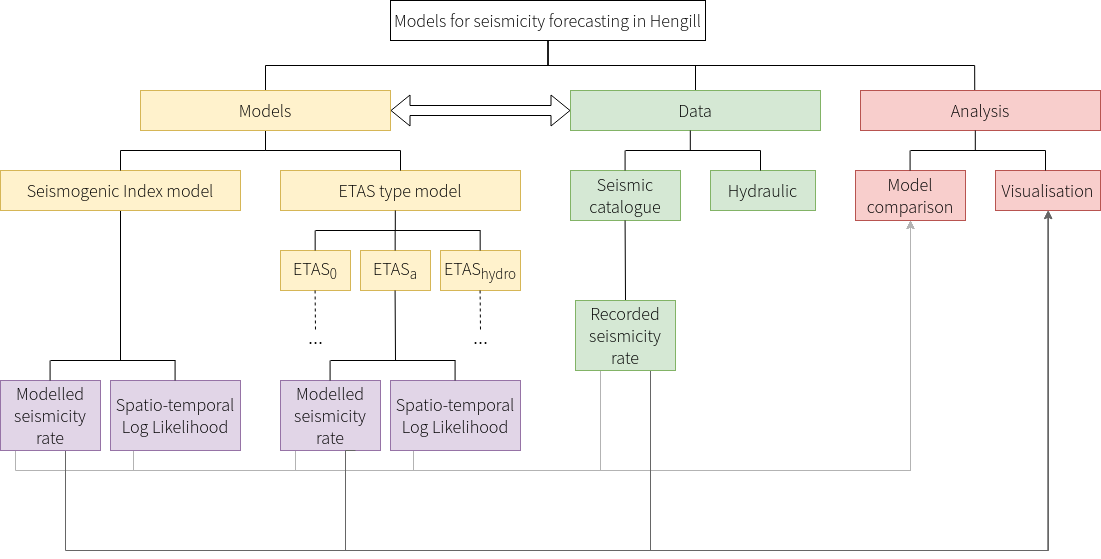
Before: StructureHengillModels.png, a diagram exported from draw.io (RitzVanille/HengillSeismicityForecastingModels). Source tidied: cells renumbered, new cells last; positions are measured from the earlier drawing's top-left corner, leaving out a move shared by most shapes.
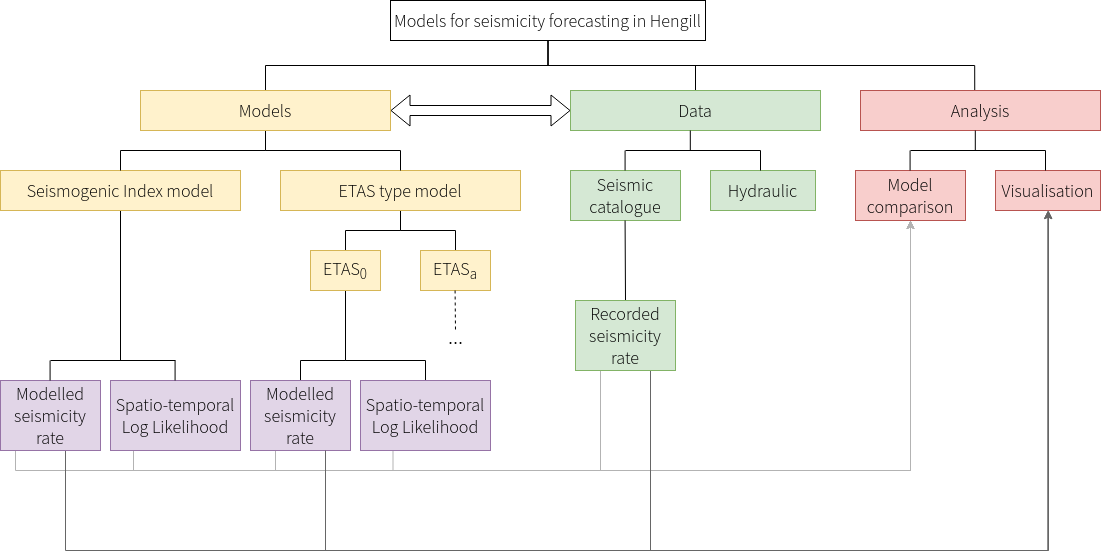
The same diagram one commit later.

Commit message:
Visualisation and Comparison scripts now include ETAS result formatting + documentation ETAS0 and advanced

Change to the diagram source:
```diff
@@ -22,6 +22,12 @@
     <mxCell id="7" value="Seismogenic Index model" style="rounded=0;whiteSpace=wrap;html=1;fillColor=#fff2cc;strokeColor=#d6b656;fontFamily=Source Sans Pro Light;fontSource=https%3A%2F%2Ffonts.googleapis.com%2Fcss%3Ffamily%3DSource%2BSans%2BPro%2BLight;fontSize=18;" parent="1" vertex="1">
       <mxGeometry y="170" width="240" height="40" as="geometry" />
     </mxCell>
+    <mxCell id="60" style="edgeStyle=orthogonalEdgeStyle;rounded=0;jettySize=auto;html=1;exitX=0.5;exitY=1;exitDx=0;exitDy=0;entryX=0.5;entryY=0;entryDx=0;entryDy=0;endArrow=none;endFill=0;" parent="1" edge="1" source="8" target="11">
+      <mxGeometry relative="1" as="geometry" />
+    </mxCell>
+    <mxCell id="61" style="edgeStyle=orthogonalEdgeStyle;rounded=0;jettySize=auto;html=1;exitX=0.5;exitY=1;exitDx=0;exitDy=0;entryX=0.5;entryY=0;entryDx=0;entryDy=0;endArrow=none;endFill=0;" parent="1" edge="1" source="8" target="12">
+      <mxGeometry relative="1" as="geometry" />
+    </mxCell>
     <mxCell id="8" value="&lt;font style=&quot;font-size: 18px;&quot;&gt;ETAS type model&lt;br style=&quot;font-size: 18px;&quot;&gt;&lt;/font&gt;" style="rounded=0;whiteSpace=wrap;html=1;fillColor=#fff2cc;strokeColor=#d6b656;fontFamily=Source Sans Pro Light;fontSource=https%3A%2F%2Ffonts.googleapis.com%2Fcss%3Ffamily%3DSource%2BSans%2BPro%2BLight;fontSize=18;" parent="1" vertex="1">
       <mxGeometry x="280" y="170" width="240" height="40" as="geometry" />
     </mxCell>
@@ -31,45 +37,28 @@
     <mxCell id="10" value="Analysis" style="rounded=0;whiteSpace=wrap;html=1;fillColor=#f8cecc;strokeColor=#b85450;fontFamily=Source Sans Pro Light;fontSource=https%3A%2F%2Ffonts.googleapis.com%2Fcss%3Ffamily%3DSource%2BSans%2BPro%2BLight;fontSize=18;" parent="1" vertex="1">
       <mxGeometry x="860" y="90" width="240" height="40" as="geometry" />
     </mxCell>
+    <mxCell id="62" style="edgeStyle=orthogonalEdgeStyle;rounded=0;jettySize=auto;html=1;exitX=0.5;exitY=1;exitDx=0;exitDy=0;entryX=0.5;entryY=0;entryDx=0;entryDy=0;endArrow=none;endFill=0;" parent="1" edge="1" source="11" target="44">
+      <mxGeometry relative="1" as="geometry">
+        <Array as="points">
+          <mxPoint x="345" y="360" />
+          <mxPoint x="300" y="360" />
+        </Array>
+      </mxGeometry>
+    </mxCell>
+    <mxCell id="63" style="edgeStyle=orthogonalEdgeStyle;rounded=0;jettySize=auto;html=1;exitX=0.5;exitY=1;exitDx=0;exitDy=0;endArrow=none;endFill=0;" parent="1" edge="1" source="11" target="47">
+      <mxGeometry relative="1" as="geometry">
+        <Array as="points">
+          <mxPoint x="345" y="360" />
+          <mxPoint x="425" y="360" />
+        </Array>
+      </mxGeometry>
+    </mxCell>
     <mxCell id="11" value="ETAS&lt;sub&gt;0&lt;/sub&gt;" style="rounded=0;whiteSpace=wrap;html=1;fillColor=#fff2cc;strokeColor=#d6b656;fontFamily=Source Sans Pro Light;fontSource=https%3A%2F%2Ffonts.googleapis.com%2Fcss%3Ffamily%3DSource%2BSans%2BPro%2BLight;fontSize=18;" parent="1" vertex="1">
-      <mxGeometry x="280" y="250" width="70" height="40" as="geometry" />
+      <mxGeometry x="310" y="250" width="70" height="40" as="geometry" />
     </mxCell>
     <mxCell id="12" value="&lt;font style=&quot;font-size: 18px&quot;&gt;ETAS&lt;sub&gt;a&lt;/sub&gt;&lt;br style=&quot;font-size: 18px&quot;&gt;&lt;/font&gt;" style="rounded=0;whiteSpace=wrap;html=1;fillColor=#fff2cc;strokeColor=#d6b656;fontFamily=Source Sans Pro Light;fontSource=https%3A%2F%2Ffonts.googleapis.com%2Fcss%3Ffamily%3DSource%2BSans%2BPro%2BLight;fontSize=18;" parent="1" vertex="1">
-      <mxGeometry x="360" y="250" width="70" height="40" as="geometry" />
+      <mxGeometry x="420" y="250" width="70" height="40" as="geometry" />
     </mxCell>
-    <mxCell id="13" value="ETAS&lt;sub&gt;hydro&lt;/sub&gt;" style="rounded=0;whiteSpace=wrap;html=1;fillColor=#fff2cc;strokeColor=#d6b656;fontFamily=Source Sans Pro Light;fontSource=https%3A%2F%2Ffonts.googleapis.com%2Fcss%3Ffamily%3DSource%2BSans%2BPro%2BLight;fontSize=18;" parent="1" vertex="1">
-      <mxGeometry x="440" y="250" width="80" height="40" as="geometry" />
-    </mxCell>
-    <mxCell id="14" style="endArrow=none;html=1;rounded=0;fontFamily=Source Sans Pro Light;fontSource=https%3A%2F%2Ffonts.googleapis.com%2Fcss%3Ffamily%3DSource%2BSans%2BPro%2BLight;fontSize=18;edgeStyle=orthogonalEdgeStyle;entryX=0.5;entryY=0;entryDx=0;entryDy=0;" parent="1" edge="1">
-      <mxGeometry relative="1" as="geometry">
-        <mxPoint x="394.7" y="230" as="sourcePoint" />
-        <mxPoint x="394.7" y="250" as="targetPoint" />
-      </mxGeometry>
-    </mxCell>
-    <mxCell id="15" style="endArrow=none;html=1;rounded=0;fontFamily=Source Sans Pro Light;fontSource=https%3A%2F%2Ffonts.googleapis.com%2Fcss%3Ffamily%3DSource%2BSans%2BPro%2BLight;fontSize=18;edgeStyle=orthogonalEdgeStyle;entryX=0.5;entryY=0;entryDx=0;entryDy=0;" parent="1" edge="1">
-      <mxGeometry relative="1" as="geometry">
-        <mxPoint x="479.7" y="230" as="sourcePoint" />
-        <mxPoint x="479.7" y="250" as="targetPoint" />
-      </mxGeometry>
-    </mxCell>
-    <mxCell id="16" style="endArrow=none;html=1;rounded=0;fontFamily=Source Sans Pro Light;fontSource=https%3A%2F%2Ffonts.googleapis.com%2Fcss%3Ffamily%3DSource%2BSans%2BPro%2BLight;fontSize=18;edgeStyle=orthogonalEdgeStyle;entryX=0.5;entryY=0;entryDx=0;entryDy=0;" parent="1" edge="1">
-      <mxGeometry relative="1" as="geometry">
-        <mxPoint x="314.7" y="230" as="sourcePoint" />
-        <mxPoint x="314.7" y="250" as="targetPoint" />
-      </mxGeometry>
-    </mxCell>
-    <mxCell id="17" style="endArrow=none;html=1;rounded=0;fontFamily=Source Sans Pro Light;fontSource=https%3A%2F%2Ffonts.googleapis.com%2Fcss%3Ffamily%3DSource%2BSans%2BPro%2BLight;fontSize=18;edgeStyle=orthogonalEdgeStyle;" parent="1" edge="1">
-      <mxGeometry relative="1" as="geometry">
-        <mxPoint x="480" y="230" as="sourcePoint" />
-        <mxPoint x="315" y="230" as="targetPoint" />
-      </mxGeometry>
-    </mxCell>
-    <mxCell id="18" style="endArrow=none;html=1;rounded=0;fontFamily=Source Sans Pro Light;fontSource=https%3A%2F%2Ffonts.googleapis.com%2Fcss%3Ffamily%3DSource%2BSans%2BPro%2BLight;fontSize=18;edgeStyle=orthogonalEdgeStyle;entryX=0.5;entryY=0;entryDx=0;entryDy=0;" parent="1" edge="1">
-      <mxGeometry relative="1" as="geometry">
-        <mxPoint x="394.8" y="210" as="sourcePoint" />
-        <mxPoint x="394.8" y="230" as="targetPoint" />
-      </mxGeometry>
-    </mxCell>
     <mxCell id="19" value="Seismic catalogue" style="rounded=0;whiteSpace=wrap;html=1;fillColor=#d5e8d4;strokeColor=#82b366;fontFamily=Source Sans Pro Light;fontSource=https%3A%2F%2Ffonts.googleapis.com%2Fcss%3Ffamily%3DSource%2BSans%2BPro%2BLight;fontSize=18;" parent="1" vertex="1">
       <mxGeometry x="570" y="170" width="110" height="50" as="geometry" />
     </mxCell>
@@ -132,22 +121,10 @@
     </mxCell>
     <mxCell id="31" style="edgeStyle=none;rounded=0;orthogonalLoop=1;jettySize=auto;html=1;exitX=0.5;exitY=1;exitDx=0;exitDy=0;fontFamily=Source Sans Pro Light;fontSource=https%3A%2F%2Ffonts.googleapis.com%2Fcss%3Ffamily%3DSource%2BSans%2BPro%2BLight;fontSize=18;dashed=1;endArrow=none;endFill=0;" parent="1" edge="1">
       <mxGeometry relative="1" as="geometry">
-        <mxPoint x="314.6" y="290" as="sourcePoint" />
-        <mxPoint x="315" y="330" as="targetPoint" />
+        <mxPoint x="454.6" y="290" as="sourcePoint" />
+        <mxPoint x="455" y="330" as="targetPoint" />
       </mxGeometry>
     </mxCell>
-    <mxCell id="32" style="edgeStyle=none;rounded=0;orthogonalLoop=1;jettySize=auto;html=1;exitX=0.5;exitY=1;exitDx=0;exitDy=0;fontFamily=Source Sans Pro Light;fontSource=https%3A%2F%2Ffonts.googleapis.com%2Fcss%3Ffamily%3DSource%2BSans%2BPro%2BLight;fontSize=18;endArrow=none;endFill=0;" parent="1" edge="1">
-      <mxGeometry relative="1" as="geometry">
-        <mxPoint x="394.6" y="290" as="sourcePoint" />
-        <mxPoint x="395" y="360" as="targetPoint" />
-      </mxGeometry>
-    </mxCell>
-    <mxCell id="33" style="edgeStyle=none;rounded=0;orthogonalLoop=1;jettySize=auto;html=1;exitX=0.5;exitY=1;exitDx=0;exitDy=0;fontFamily=Source Sans Pro Light;fontSource=https%3A%2F%2Ffonts.googleapis.com%2Fcss%3Ffamily%3DSource%2BSans%2BPro%2BLight;fontSize=18;dashed=1;endArrow=none;endFill=0;" parent="1" edge="1">
-      <mxGeometry relative="1" as="geometry">
-        <mxPoint x="479.6" y="290" as="sourcePoint" />
-        <mxPoint x="480" y="330" as="targetPoint" />
-      </mxGeometry>
-    </mxCell>
     <mxCell id="34" style="edgeStyle=none;rounded=0;jettySize=auto;html=1;exitX=0.5;exitY=1;exitDx=0;exitDy=0;fontFamily=Source Sans Pro Light;fontSource=https%3A%2F%2Ffonts.googleapis.com%2Fcss%3Ffamily%3DSource%2BSans%2BPro%2BLight;fontSize=18;endArrow=none;endFill=0;entryX=0.5;entryY=0;entryDx=0;entryDy=0;" parent="1" edge="1" target="55">
       <mxGeometry relative="1" as="geometry">
         <mxPoint x="624.6" y="220" as="sourcePoint" />
@@ -206,19 +183,19 @@
       <mxGeometry relative="1" as="geometry">
         <mxPoint x="910" y="220" as="targetPoint" />
         <Array as="points">
-          <mxPoint x="295" y="470" />
+          <mxPoint x="275" y="470" />
           <mxPoint x="910" y="470" />
         </Array>
       </mxGeometry>
     </mxCell>
     <mxCell id="44" value="Modelled seismicity rate" style="rounded=0;whiteSpace=wrap;html=1;fontFamily=Source Sans Pro Light;fontSource=https%3A%2F%2Ffonts.googleapis.com%2Fcss%3Ffamily%3DSource%2BSans%2BPro%2BLight;fontSize=18;fillColor=#e1d5e7;strokeColor=#9673a6;" parent="1" vertex="1">
-      <mxGeometry x="280" y="380" width="100" height="70" as="geometry" />
+      <mxGeometry x="250" y="380" width="100" height="70" as="geometry" />
     </mxCell>
     <mxCell id="45" style="edgeStyle=orthogonalEdgeStyle;rounded=0;jettySize=auto;html=1;exitX=0.25;exitY=1;exitDx=0;exitDy=0;fontFamily=Source Sans Pro Light;fontSource=https%3A%2F%2Ffonts.googleapis.com%2Fcss%3Ffamily%3DSource%2BSans%2BPro%2BLight;fontSize=23;endArrow=classic;endFill=1;strokeColor=#B3B3B3;" parent="1" edge="1" source="47">
       <mxGeometry relative="1" as="geometry">
         <mxPoint x="910" y="220" as="targetPoint" />
         <Array as="points">
-          <mxPoint x="413" y="470" />
+          <mxPoint x="393" y="470" />
           <mxPoint x="910" y="470" />
         </Array>
       </mxGeometry>
@@ -226,37 +203,16 @@
     <mxCell id="46" style="edgeStyle=orthogonalEdgeStyle;rounded=0;jettySize=auto;html=1;exitX=0.75;exitY=1;exitDx=0;exitDy=0;entryX=0.5;entryY=1;entryDx=0;entryDy=0;fontFamily=Source Sans Pro Light;fontSource=https%3A%2F%2Ffonts.googleapis.com%2Fcss%3Ffamily%3DSource%2BSans%2BPro%2BLight;fontSize=23;endArrow=classic;endFill=1;strokeColor=#666666;" parent="1" edge="1" source="44" target="26">
       <mxGeometry relative="1" as="geometry">
         <Array as="points">
-          <mxPoint x="345" y="550" />
+          <mxPoint x="325" y="550" />
           <mxPoint x="1048" y="550" />
         </Array>
       </mxGeometry>
     </mxCell>
     <mxCell id="47" value="Spatio-temporal Log Likelihood" style="rounded=0;whiteSpace=wrap;html=1;fontFamily=Source Sans Pro Light;fontSource=https%3A%2F%2Ffonts.googleapis.com%2Fcss%3Ffamily%3DSource%2BSans%2BPro%2BLight;fontSize=18;fillColor=#e1d5e7;strokeColor=#9673a6;" parent="1" vertex="1">
-      <mxGeometry x="390" y="380" width="130" height="70" as="geometry" />
+      <mxGeometry x="360" y="380" width="130" height="70" as="geometry" />
     </mxCell>
-    <mxCell id="48" style="endArrow=none;html=1;rounded=0;fontFamily=Source Sans Pro Light;fontSource=https%3A%2F%2Ffonts.googleapis.com%2Fcss%3Ffamily%3DSource%2BSans%2BPro%2BLight;fontSize=18;edgeStyle=orthogonalEdgeStyle;" parent="1" edge="1">
-      <mxGeometry relative="1" as="geometry">
-        <mxPoint x="455" y="360" as="sourcePoint" />
-        <mxPoint x="330" y="360" as="targetPoint" />
-      </mxGeometry>
-    </mxCell>
-    <mxCell id="49" style="endArrow=none;html=1;rounded=0;fontFamily=Source Sans Pro Light;fontSource=https%3A%2F%2Ffonts.googleapis.com%2Fcss%3Ffamily%3DSource%2BSans%2BPro%2BLight;fontSize=18;edgeStyle=orthogonalEdgeStyle;entryX=0.5;entryY=0;entryDx=0;entryDy=0;" parent="1" edge="1">
-      <mxGeometry relative="1" as="geometry">
-        <mxPoint x="329.6" y="360" as="sourcePoint" />
-        <mxPoint x="329.6" y="380" as="targetPoint" />
-      </mxGeometry>
-    </mxCell>
-    <mxCell id="50" style="endArrow=none;html=1;rounded=0;fontFamily=Source Sans Pro Light;fontSource=https%3A%2F%2Ffonts.googleapis.com%2Fcss%3Ffamily%3DSource%2BSans%2BPro%2BLight;fontSize=18;edgeStyle=orthogonalEdgeStyle;entryX=0.5;entryY=0;entryDx=0;entryDy=0;" parent="1" edge="1">
-      <mxGeometry relative="1" as="geometry">
-        <mxPoint x="454.6" y="360" as="sourcePoint" />
-        <mxPoint x="454.6" y="380" as="targetPoint" />
-      </mxGeometry>
-    </mxCell>
-    <mxCell id="51" value="&lt;font style=&quot;font-size: 23px&quot;&gt;...&lt;/font&gt;" style="text;html=1;align=center;verticalAlign=middle;strokeColor=none;fillColor=none;fontSize=18;fontFamily=Source Sans Pro Light;" parent="1" vertex="1">
-      <mxGeometry x="465" y="320" width="30" height="30" as="geometry" />
-    </mxCell>
     <mxCell id="52" value="&lt;font style=&quot;font-size: 23px&quot;&gt;...&lt;/font&gt;" style="text;html=1;align=center;verticalAlign=middle;strokeColor=none;fillColor=none;fontSize=18;fontFamily=Source Sans Pro Light;" parent="1" vertex="1">
-      <mxGeometry x="300" y="320" width="30" height="30" as="geometry" />
+      <mxGeometry x="440" y="320" width="30" height="30" as="geometry" />
     </mxCell>
     <mxCell id="53" style="edgeStyle=orthogonalEdgeStyle;rounded=0;jettySize=auto;html=1;exitX=0.25;exitY=1;exitDx=0;exitDy=0;entryX=0.5;entryY=1;entryDx=0;entryDy=0;fontFamily=Source Sans Pro Light;fontSource=https%3A%2F%2Ffonts.googleapis.com%2Fcss%3Ffamily%3DSource%2BSans%2BPro%2BLight;fontSize=23;endArrow=classic;endFill=1;strokeColor=#B3B3B3;" parent="1" edge="1" source="55" target="25">
       <mxGeometry relative="1" as="geometry">
```
